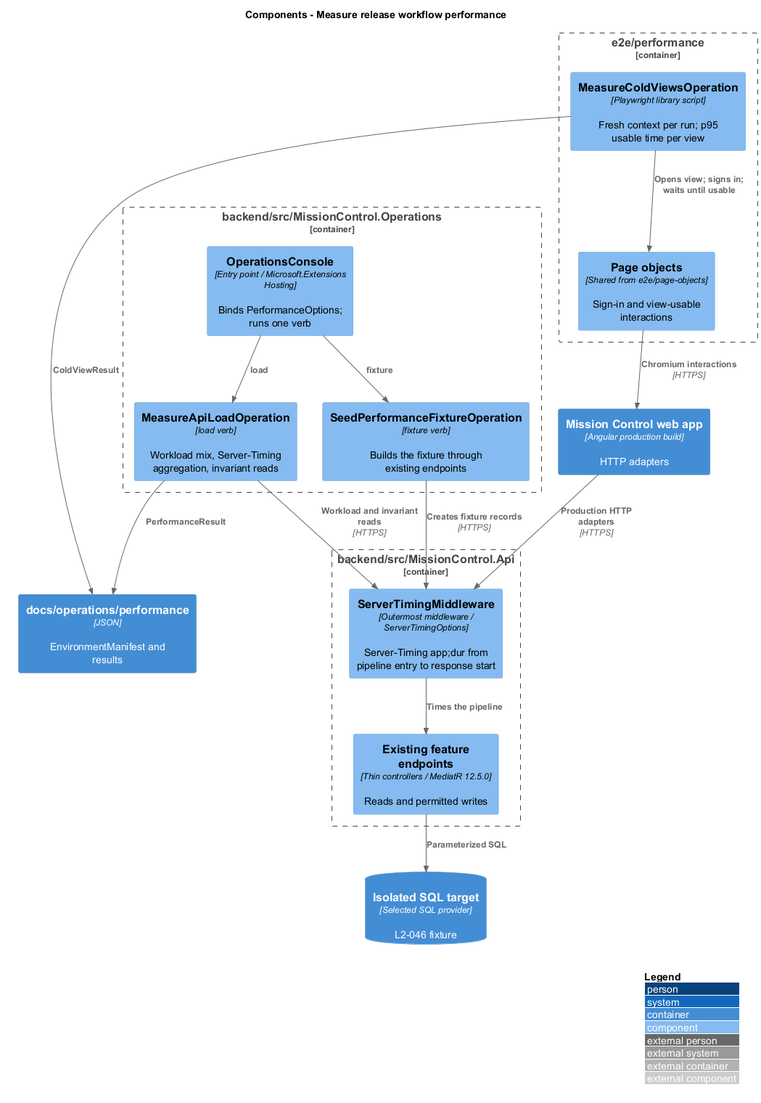
The PlantUML diagram docs/detailed-designs/operations/measure-release-performance/diagrams/c4-component.png in QuinntyneBrown/mission-control, before a commit.
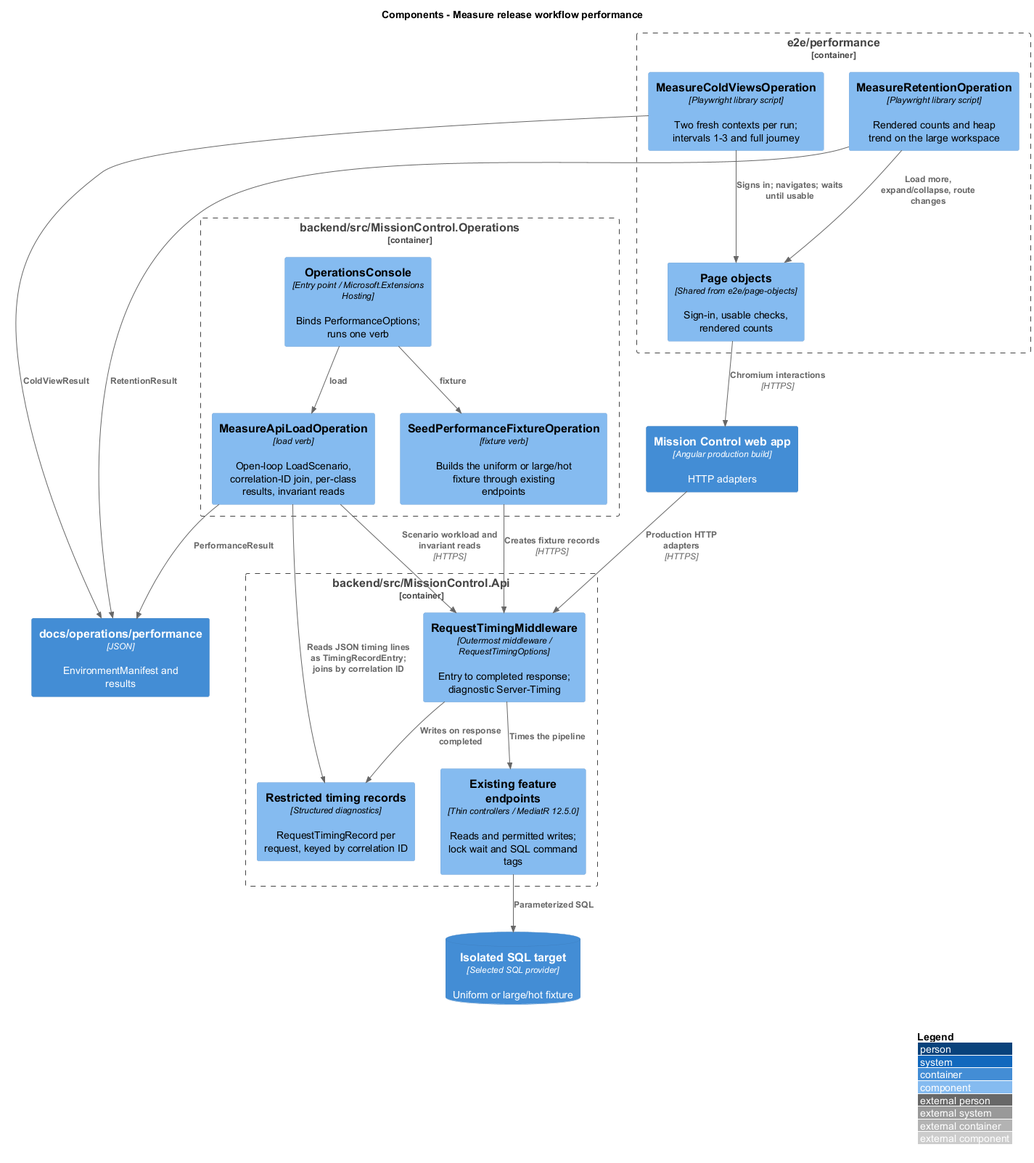
Above is the later version.

The edit, as a diff of the source:
```diff
@@ -4,29 +4,35 @@
 title Components - Measure release workflow performance
 Container_Boundary(ops, "backend/src/MissionControl.Operations") {
   Component(console, "OperationsConsole", "Entry point / Microsoft.Extensions Hosting", "Binds PerformanceOptions; runs one verb")
-  Component(fixture, "SeedPerformanceFixtureOperation", "fixture verb", "Builds the fixture through existing endpoints")
-  Component(load, "MeasureApiLoadOperation", "load verb", "Workload mix, Server-Timing aggregation, invariant reads")
+  Component(fixture, "SeedPerformanceFixtureOperation", "fixture verb", "Builds the uniform or large/hot fixture through existing endpoints")
+  Component(load, "MeasureApiLoadOperation", "load verb", "Open-loop LoadScenario, correlation-ID join, per-class results, invariant reads")
 }
 Container_Boundary(e2e, "e2e/performance") {
-  Component(cold, "MeasureColdViewsOperation", "Playwright library script", "Fresh context per run; p95 usable time per view")
-  Component(po, "Page objects", "Shared from e2e/page-objects", "Sign-in and view-usable interactions")
+  Component(cold, "MeasureColdViewsOperation", "Playwright library script", "Two fresh contexts per run; intervals 1-3 and full journey")
+  Component(retention, "MeasureRetentionOperation", "Playwright library script", "Rendered counts and heap trend on the large workspace")
+  Component(po, "Page objects", "Shared from e2e/page-objects", "Sign-in, usable checks, rendered counts")
 }
 Container_Boundary(apiBoundary, "backend/src/MissionControl.Api") {
-  Component(timing, "ServerTimingMiddleware", "Outermost middleware / ServerTimingOptions", "Server-Timing app;dur from pipeline entry to response start")
-  Component(endpoints, "Existing feature endpoints", "Thin controllers / MediatR 12.5.0", "Reads and permitted writes")
+  Component(timing, "RequestTimingMiddleware", "Outermost middleware / RequestTimingOptions", "Entry to completed response; diagnostic Server-Timing")
+  Component(endpoints, "Existing feature endpoints", "Thin controllers / MediatR 12.5.0", "Reads and permitted writes; lock wait and SQL command tags")
+  Component(timingRecords, "Restricted timing records", "Structured diagnostics", "RequestTimingRecord per request, keyed by correlation ID")
 }
 Container(web, "Mission Control web app", "Angular production build", "HTTP adapters")
-ContainerDb(db, "Isolated SQL target", "Selected SQL provider", "L2-046 fixture")
+ContainerDb(db, "Isolated SQL target", "Selected SQL provider", "Uniform or large/hot fixture")
 Container(records, "docs/operations/performance", "JSON", "EnvironmentManifest and results")
 Rel(console, fixture, "fixture")
 Rel(console, load, "load")
 Rel(fixture, timing, "Creates fixture records", "HTTPS")
-Rel(load, timing, "Workload and invariant reads", "HTTPS")
+Rel(load, timing, "Scenario workload and invariant reads", "HTTPS")
 Rel(timing, endpoints, "Times the pipeline")
+Rel(timing, timingRecords, "Writes on response completed")
+Rel(load, timingRecords, "Reads JSON timing lines as TimingRecordEntry; joins by correlation ID")
 Rel(endpoints, db, "Parameterized SQL")
-Rel(cold, po, "Opens view; signs in; waits until usable")
+Rel(cold, po, "Signs in; navigates; waits until usable")
+Rel(retention, po, "Load more, expand/collapse, route changes")
 Rel(po, web, "Chromium interactions", "HTTPS")
 Rel(web, timing, "Production HTTP adapters", "HTTPS")
 Rel(load, records, "PerformanceResult")
 Rel(cold, records, "ColdViewResult")
+Rel(retention, records, "RetentionResult")
 @enduml
```
